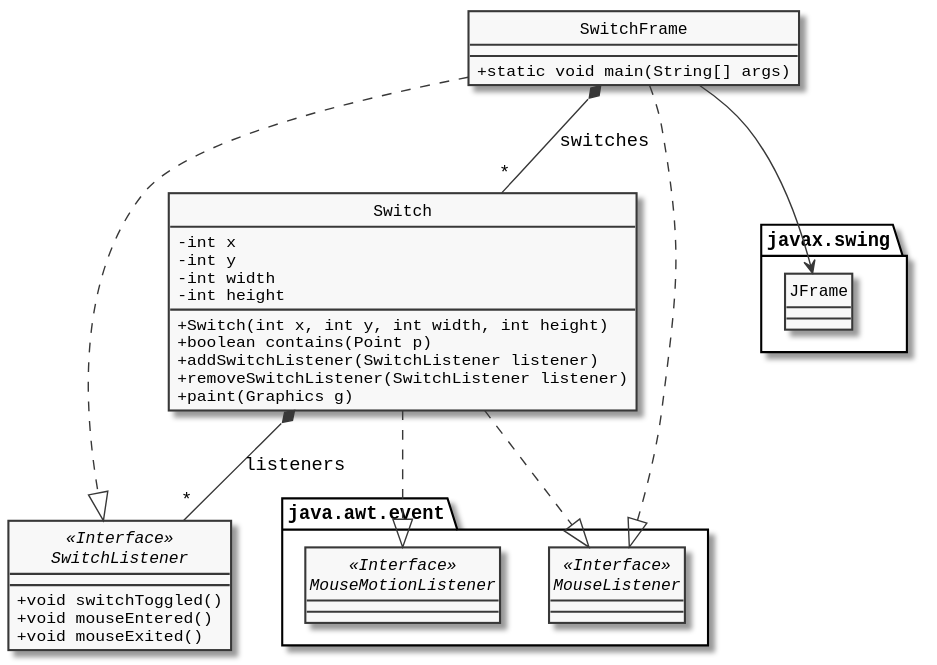
Earlier version of the PlantUML export assets/posts/switchframe/switch.svg (gitalb/eserciziario2.0). Source of this version:
```plantuml
@startuml
hide circle
skinparam defaultFontName Monospaced
skinparam monochrome true
skinparam classAttributeIconSize 0

interface SwitchListener <<Interface>>{
    + void switchToggled()
    + void mouseEntered()
    + void mouseExited()
}

interface java.awt.event.MouseListener <<Interface>>
interface java.awt.event.MouseMotionListener <<Interface>>
class javax.swing.JFrame

class Switch{
    - int x
    - int y
    - int width
    - int height
    + Switch(int x, int y, int width, int height)
    + boolean contains(Point p)
    + addSwitchListener(SwitchListener listener)
    + removeSwitchListener(SwitchListener listener)
    + paint(Graphics g)
}


class SwitchFrame{
	+ static void main(String[] args)
}

SwitchFrame ..|> SwitchListener
SwitchFrame ..|> java.awt.event.MouseListener
Switch ..|> java.awt.event.MouseMotionListener
Switch ..|> java.awt.event.MouseListener
SwitchFrame *-- "*" Switch:switches
Switch *-- "*" SwitchListener:listeners
SwitchFrame --> javax.swing.JFrame

@enduml
```
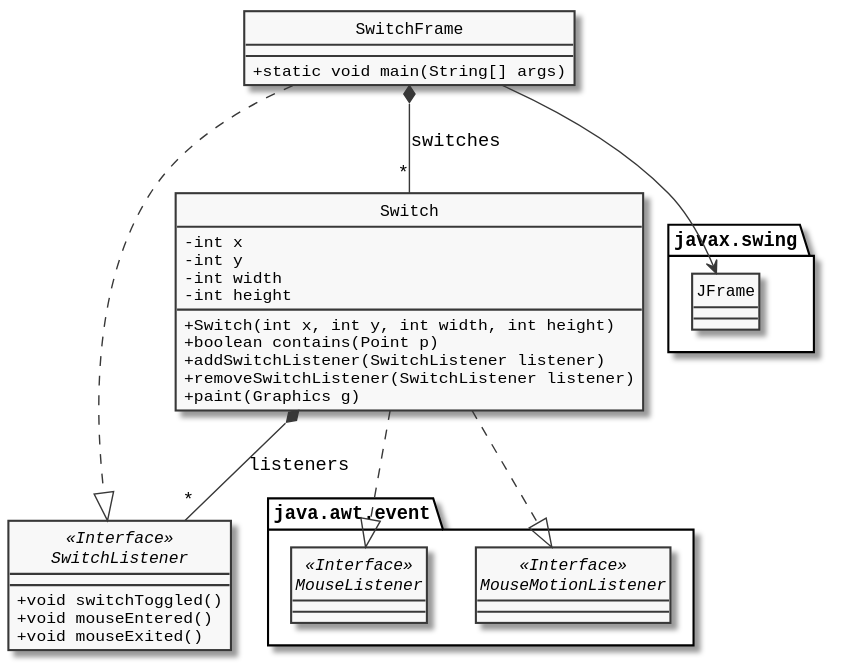
After the change.

Commit message:
fix uml SwitchFrame

Change to the diagram source:
```diff
@@ -32,7 +32,6 @@
 }
 
 SwitchFrame ..|> SwitchListener
-SwitchFrame ..|> java.awt.event.MouseListener
 Switch ..|> java.awt.event.MouseMotionListener
 Switch ..|> java.awt.event.MouseListener
 SwitchFrame *-- "*" Switch:switches
```
